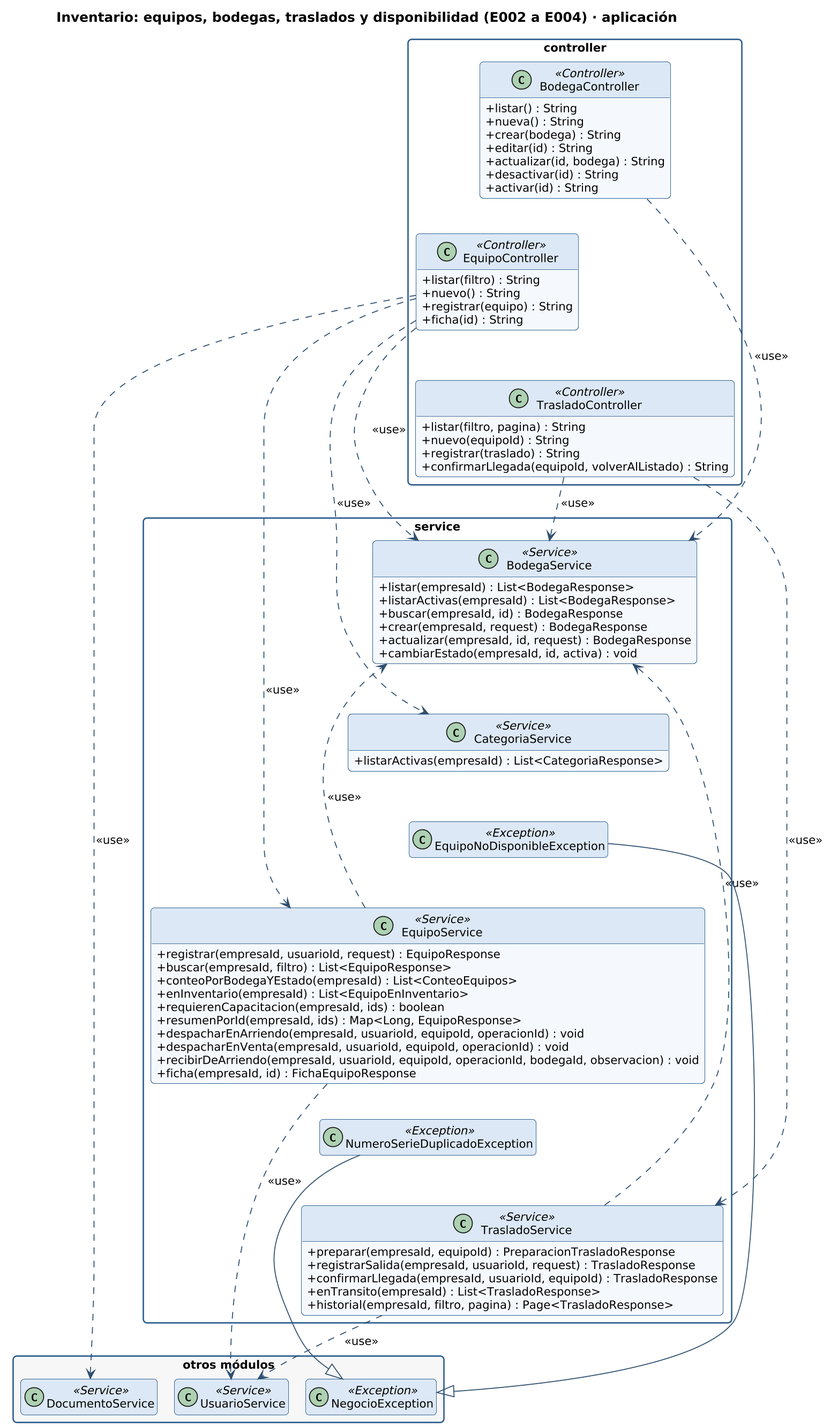
Earlier version of the PlantUML export docs/diagramas/clases-inventario-aplicacion.png (gonzaloarenasduoc/Mira). The source it was exported from:
```plantuml
@startuml clases-inventario-aplicacion
!include _estilo.iuml
hide empty members
skinparam classAttributeIconSize 0
skinparam packageStyle rectangle
skinparam nodesep 25
skinparam ranksep 45
title Inventario: equipos, bodegas, traslados y disponibilidad (E002 a E004) · aplicación

package "controller" {
  class BodegaController <<Controller>> {
    + listar() : String
    + nueva() : String
    + crear(bodega) : String
    + editar(id) : String
    + actualizar(id, bodega) : String
    + desactivar(id) : String
    + activar(id) : String
  }
  class EquipoController <<Controller>> {
    + listar(filtro) : String
    + nuevo() : String
    + registrar(equipo) : String
    + ficha(id) : String
  }
  class TrasladoController <<Controller>> {
    + listar(filtro, pagina) : String
    + nuevo(equipoId) : String
    + registrar(traslado) : String
    + confirmarLlegada(equipoId, volverAlListado) : String
  }
}
BodegaController -[hidden]down- EquipoController
EquipoController -[hidden]down- TrasladoController
package "service" {
  class BodegaService <<Service>> {
    + listar(empresaId) : List<BodegaResponse>
    + listarActivas(empresaId) : List<BodegaResponse>
    + buscar(empresaId, id) : BodegaResponse
    + crear(empresaId, request) : BodegaResponse
    + actualizar(empresaId, id, request) : BodegaResponse
    + cambiarEstado(empresaId, id, activa) : void
  }
  class CategoriaService <<Service>> {
    + listarActivas(empresaId) : List<CategoriaResponse>
  }
  class EquipoNoDisponibleException <<Exception>> {
  }
  class EquipoService <<Service>> {
    + registrar(empresaId, usuarioId, request) : EquipoResponse
    + buscar(empresaId, filtro) : List<EquipoResponse>
    + conteoPorBodegaYEstado(empresaId) : List<ConteoEquipos>
    + enInventario(empresaId) : List<EquipoEnInventario>
    + requierenCapacitacion(empresaId, ids) : boolean
    + resumenPorId(empresaId, ids) : Map<Long, EquipoResponse>
    + despacharEnArriendo(empresaId, usuarioId, equipoId, operacionId) : void
    + despacharEnVenta(empresaId, usuarioId, equipoId, operacionId) : void
    + recibirDeArriendo(empresaId, usuarioId, equipoId, operacionId, bodegaId, observacion) : void
    + ficha(empresaId, id) : FichaEquipoResponse
  }
  class NumeroSerieDuplicadoException <<Exception>> {
  }
  class TrasladoService <<Service>> {
    + preparar(empresaId, equipoId) : PreparacionTrasladoResponse
    + registrarSalida(empresaId, usuarioId, request) : TrasladoResponse
    + confirmarLlegada(empresaId, usuarioId, equipoId) : TrasladoResponse
    + enTransito(empresaId) : List<TrasladoResponse>
    + historial(empresaId, filtro, pagina) : Page<TrasladoResponse>
  }
}
BodegaService -[hidden]down- CategoriaService
CategoriaService -[hidden]down- EquipoNoDisponibleException
EquipoNoDisponibleException -[hidden]down- EquipoService
EquipoService -[hidden]down- NumeroSerieDuplicadoException
NumeroSerieDuplicadoException -[hidden]down- TrasladoService
package "otros módulos" #F7F7F7 {
  class DocumentoService <<Service>>
  class NegocioException <<Exception>>
  class UsuarioService <<Service>>
}
TrasladoService ..> BodegaService : <<use>>
TrasladoService ..> UsuarioService : <<use>>
NumeroSerieDuplicadoException --|> NegocioException
EquipoService ..> BodegaService : <<use>>
EquipoService ..> UsuarioService : <<use>>
EquipoNoDisponibleException --|> NegocioException
TrasladoController ..> TrasladoService : <<use>>
TrasladoController ..> BodegaService : <<use>>
EquipoController ..> EquipoService : <<use>>
EquipoController ..> CategoriaService : <<use>>
EquipoController ..> BodegaService : <<use>>
EquipoController ..> DocumentoService : <<use>>
BodegaController ..> BodegaService : <<use>>
@enduml
```
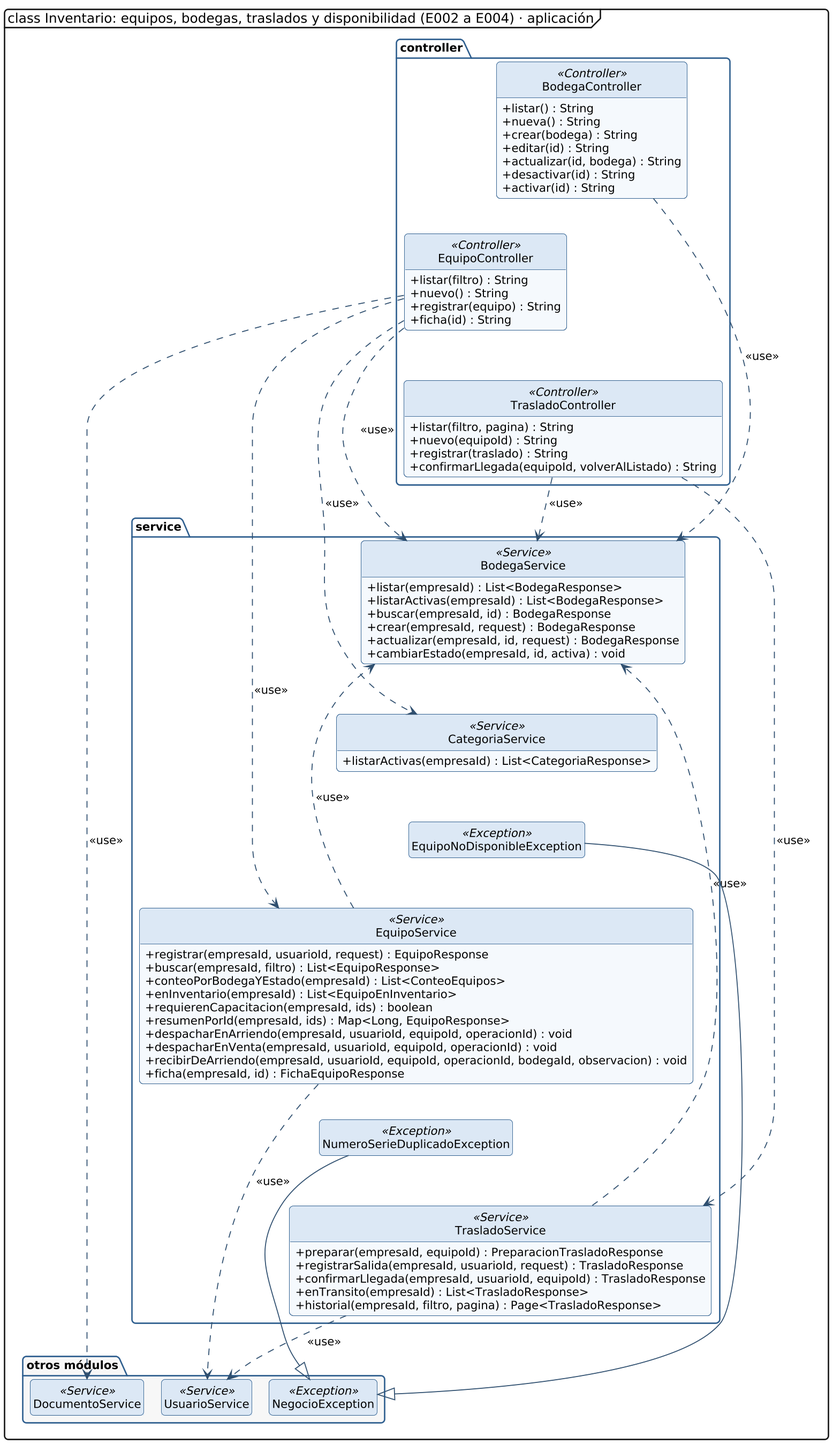
Later version of the same file.

Change to the diagram source:
```diff
@@ -1,11 +1,12 @@
 @startuml clases-inventario-aplicacion
 !include _estilo.iuml
 hide empty members
+hide circle
 skinparam classAttributeIconSize 0
-skinparam packageStyle rectangle
+skinparam packageStyle folder
 skinparam nodesep 25
 skinparam ranksep 45
-title Inventario: equipos, bodegas, traslados y disponibilidad (E002 a E004) · aplicación
+mainframe class Inventario: equipos, bodegas, traslados y disponibilidad (E002 a E004) · aplicación
 
 package "controller" {
   class BodegaController <<Controller>> {
```
